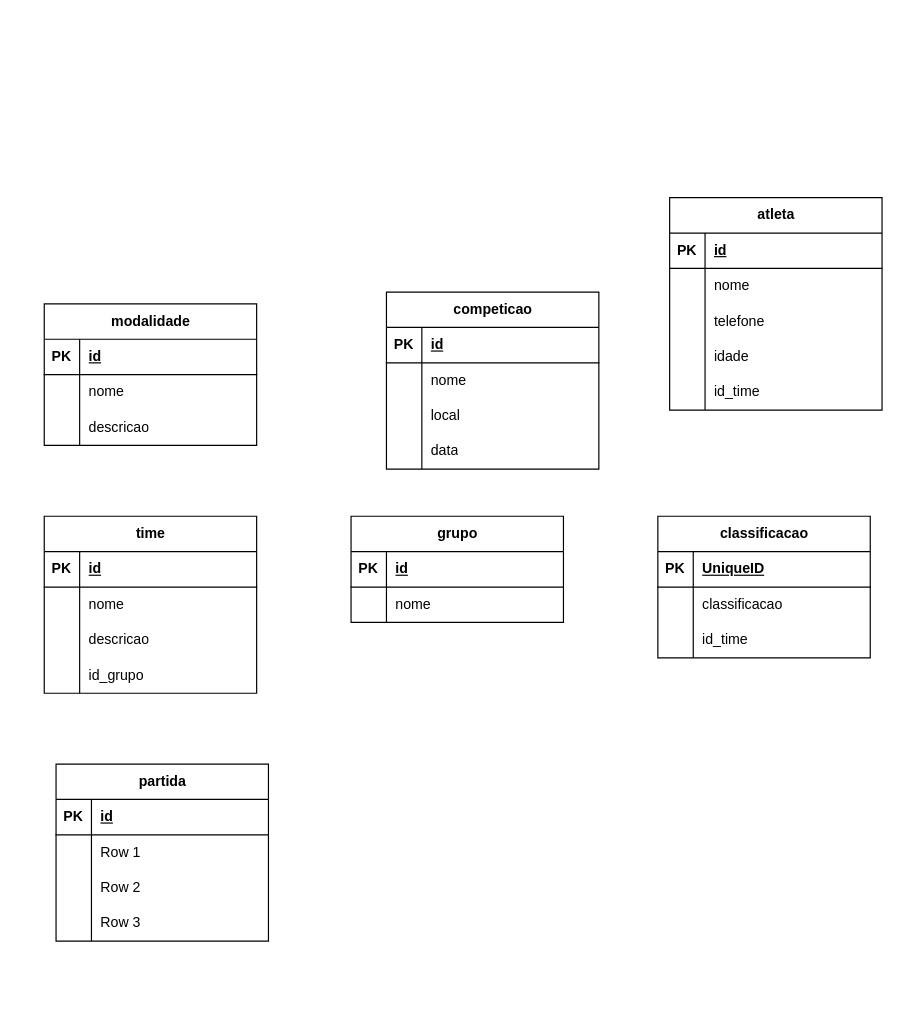
Earlier version of the draw.io diagram Atividades/CompeteSync/competesync.drawio (samueldelorenzi/BancoDeDadosII). Source tidied: cells renumbered, new cells numbered last; positions are measured from the earlier drawing's top-left corner, leaving out a move shared by most shapes. Both pictures are drawn from the tidied source at 118%, with x=0, y=0 at pixel (44, 197).
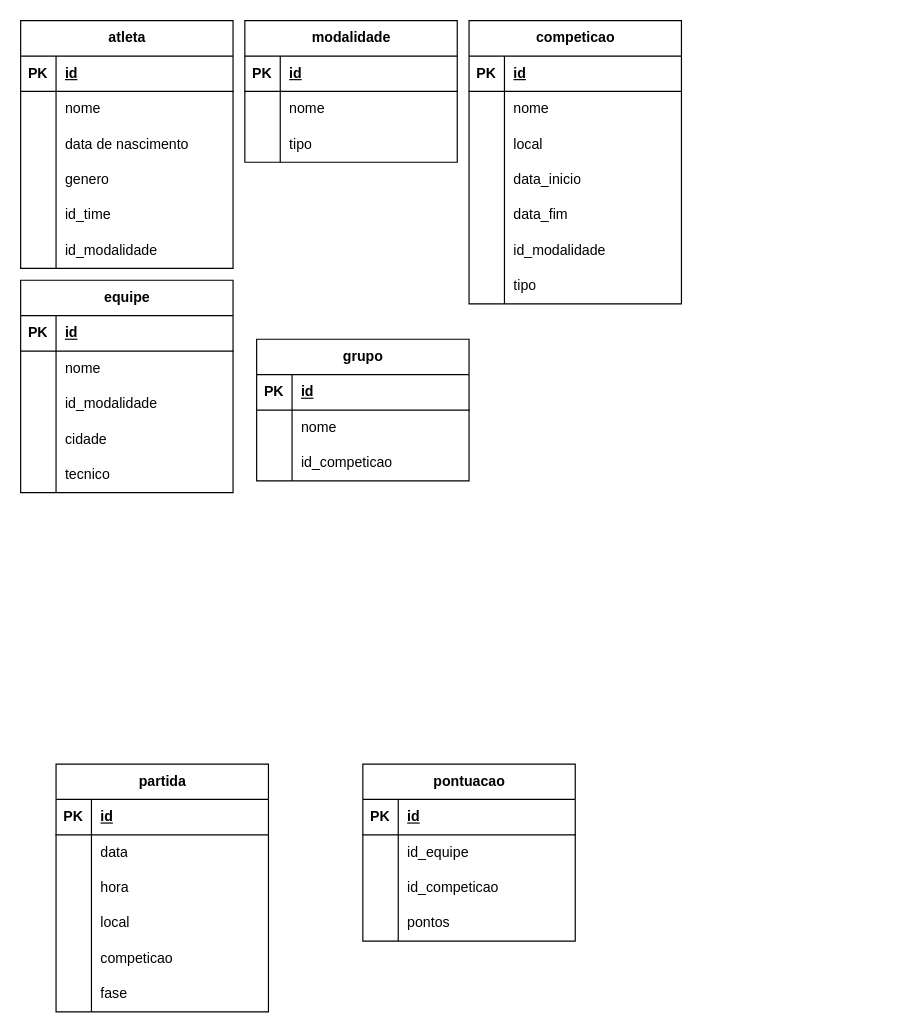
The same page after the edit.

The change refers to these unchanged cells:
```xml
<mxCell id="12" style="shape=tableRow;horizontal=0;startSize=0;swimlaneHead=0;swimlaneBody=0;fillColor=none;top=0;left=0;right=0;bottom=0;" parent="2" vertex="1">
  <mxGeometry y="120" width="180" height="30" as="geometry" />
</mxCell>
<mxCell id="22" style="shape=tableRow;horizontal=0;startSize=0;swimlaneHead=0;swimlaneBody=0;fillColor=none;top=0;left=0;right=0;bottom=0;" parent="15" vertex="1">
  <mxGeometry y="90" width="180" height="30" as="geometry" />
</mxCell>
<mxCell id="32" style="shape=tableRow;horizontal=0;startSize=0;swimlaneHead=0;swimlaneBody=0;fillColor=none;top=0;left=0;right=0;bottom=0;" parent="25" vertex="1">
  <mxGeometry y="90" width="180" height="30" as="geometry" />
</mxCell>
<mxCell id="35" style="shape=tableRow;horizontal=0;startSize=0;swimlaneHead=0;swimlaneBody=0;fillColor=none;top=0;left=0;right=0;bottom=0;" parent="25" vertex="1">
  <mxGeometry y="120" width="180" height="30" as="geometry" />
</mxCell>
<mxCell id="45" style="shape=tableRow;horizontal=0;startSize=0;swimlaneHead=0;swimlaneBody=0;fillColor=none;top=0;left=0;right=0;bottom=0;" parent="38" vertex="1">
  <mxGeometry y="90" width="180" height="30" as="geometry" />
</mxCell>
<mxCell id="48" style="shape=tableRow;horizontal=0;startSize=0;swimlaneHead=0;swimlaneBody=0;fillColor=none;top=0;left=0;right=0;bottom=0;" parent="38" vertex="1">
  <mxGeometry y="120" width="180" height="30" as="geometry" />
</mxCell>
<mxCell id="62" style="shape=tableRow;horizontal=0;startSize=0;swimlaneHead=0;swimlaneBody=0;fillColor=none;top=0;left=0;right=0;bottom=1;" parent="61" vertex="1">
  <mxGeometry y="30" width="180" height="30" as="geometry" />
</mxCell>
<mxCell id="65" style="shape=tableRow;horizontal=0;startSize=0;swimlaneHead=0;swimlaneBody=0;fillColor=none;top=0;left=0;right=0;bottom=0;" parent="61" vertex="1">
  <mxGeometry y="60" width="180" height="30" as="geometry" />
</mxCell>
<mxCell id="68" style="shape=tableRow;horizontal=0;startSize=0;swimlaneHead=0;swimlaneBody=0;fillColor=none;top=0;left=0;right=0;bottom=0;" parent="61" vertex="1">
  <mxGeometry y="90" width="180" height="30" as="geometry" />
</mxCell>
<mxCell id="75" style="shape=tableRow;horizontal=0;startSize=0;swimlaneHead=0;swimlaneBody=0;fillColor=none;top=0;left=0;right=0;bottom=0;" parent="71" vertex="1">
  <mxGeometry y="60" width="180" height="30" as="geometry" />
</mxCell>
<mxCell id="78" style="shape=tableRow;horizontal=0;startSize=0;swimlaneHead=0;swimlaneBody=0;fillColor=none;top=0;left=0;right=0;bottom=0;" parent="71" vertex="1">
  <mxGeometry y="90" width="180" height="30" as="geometry" />
</mxCell>
<mxCell id="81" style="shape=tableRow;horizontal=0;startSize=0;swimlaneHead=0;swimlaneBody=0;fillColor=none;top=0;left=0;right=0;bottom=0;" parent="71" vertex="1">
  <mxGeometry y="120" width="180" height="30" as="geometry" />
</mxCell>
```

What changed in the source:
```diff
@@
     <mxCell id="2" value="competicao" style="shape=table;startSize=30;childLayout=tableLayout;rowLines=0;fontStyle=1;align=center;html=1;" parent="1" vertex="1">
-      <mxGeometry x="290" y="80" width="180" height="150" as="geometry" />
+      <mxGeometry x="360" y="-150" width="180" height="240" as="geometry" />
     </mxCell>
@@
-    <mxCell id="14" value="data" style="shape=partialRectangle;fillColor=none;top=0;left=0;bottom=0;right=0;align=left;spacingLeft=6;overflow=hidden;whiteSpace=wrap;html=1;" parent="12" vertex="1">
+    <mxCell id="14" value="data_inicio" style="shape=partialRectangle;fillColor=none;top=0;left=0;bottom=0;right=0;align=left;spacingLeft=6;overflow=hidden;whiteSpace=wrap;html=1;" parent="12" vertex="1">
       <mxGeometry x="30" width="150" height="30" as="geometry" />
     </mxCell>
+    <mxCell id="84" style="shape=tableRow;horizontal=0;startSize=0;swimlaneHead=0;swimlaneBody=0;fillColor=none;top=0;left=0;right=0;bottom=0;" parent="2" vertex="1">
+      <mxGeometry y="150" width="180" height="30" as="geometry" />
+    </mxCell>
+    <mxCell id="85" style="shape=partialRectangle;fillColor=none;top=0;left=0;bottom=0;right=0;overflow=hidden;whiteSpace=wrap;html=1;" parent="84" vertex="1">
+      <mxGeometry width="30" height="30" as="geometry" />
+    </mxCell>
+    <mxCell id="86" value="data_fim" style="shape=partialRectangle;fillColor=none;top=0;left=0;bottom=0;right=0;align=left;spacingLeft=6;overflow=hidden;whiteSpace=wrap;html=1;" parent="84" vertex="1">
+      <mxGeometry x="30" width="150" height="30" as="geometry" />
+    </mxCell>
+    <mxCell id="87" style="shape=tableRow;horizontal=0;startSize=0;swimlaneHead=0;swimlaneBody=0;fillColor=none;top=0;left=0;right=0;bottom=0;" parent="2" vertex="1">
+      <mxGeometry y="180" width="180" height="30" as="geometry" />
+    </mxCell>
+    <mxCell id="88" style="shape=partialRectangle;fillColor=none;top=0;left=0;bottom=0;right=0;overflow=hidden;whiteSpace=wrap;html=1;" parent="87" vertex="1">
+      <mxGeometry width="30" height="30" as="geometry" />
+    </mxCell>
+    <mxCell id="89" value="id_modalidade" style="shape=partialRectangle;fillColor=none;top=0;left=0;bottom=0;right=0;align=left;spacingLeft=6;overflow=hidden;whiteSpace=wrap;html=1;" parent="87" vertex="1">
+      <mxGeometry x="30" width="150" height="30" as="geometry" />
+    </mxCell>
+    <mxCell id="90" style="shape=tableRow;horizontal=0;startSize=0;swimlaneHead=0;swimlaneBody=0;fillColor=none;top=0;left=0;right=0;bottom=0;" parent="2" vertex="1">
+      <mxGeometry y="210" width="180" height="30" as="geometry" />
+    </mxCell>
+    <mxCell id="91" style="shape=partialRectangle;fillColor=none;top=0;left=0;bottom=0;right=0;overflow=hidden;whiteSpace=wrap;html=1;" parent="90" vertex="1">
+      <mxGeometry width="30" height="30" as="geometry" />
+    </mxCell>
+    <mxCell id="92" value="tipo" style="shape=partialRectangle;fillColor=none;top=0;left=0;bottom=0;right=0;align=left;spacingLeft=6;overflow=hidden;whiteSpace=wrap;html=1;" parent="90" vertex="1">
+      <mxGeometry x="30" width="150" height="30" as="geometry" />
+    </mxCell>
     <mxCell id="15" value="modalidade" style="shape=table;startSize=30;childLayout=tableLayout;rowLines=0;fontStyle=1;align=center;html=1;" parent="1" vertex="1">
-      <mxGeometry y="90" width="180" height="120" as="geometry" />
+      <mxGeometry x="170" y="-150" width="180" height="120" as="geometry" />
     </mxCell>
@@
-    <mxCell id="24" value="descricao" style="shape=partialRectangle;fillColor=none;top=0;left=0;bottom=0;right=0;align=left;spacingLeft=6;overflow=hidden;whiteSpace=wrap;html=1;" parent="22" vertex="1">
+    <mxCell id="24" value="tipo" style="shape=partialRectangle;fillColor=none;top=0;left=0;bottom=0;right=0;align=left;spacingLeft=6;overflow=hidden;whiteSpace=wrap;html=1;" parent="22" vertex="1">
       <mxGeometry x="30" width="150" height="30" as="geometry" />
     </mxCell>
-    <mxCell id="25" value="time" style="shape=table;startSize=30;childLayout=tableLayout;rowLines=0;fontStyle=1;align=center;html=1;" parent="1" vertex="1">
-      <mxGeometry y="270" width="180" height="150" as="geometry" />
+    <mxCell id="25" value="equipe" style="shape=table;startSize=30;childLayout=tableLayout;rowLines=0;fontStyle=1;align=center;html=1;" parent="1" vertex="1">
+      <mxGeometry x="-20" y="70" width="180" height="180" as="geometry" />
     </mxCell>
@@
-    <mxCell id="34" value="descricao" style="shape=partialRectangle;fillColor=none;top=0;left=0;bottom=0;right=0;align=left;spacingLeft=6;overflow=hidden;whiteSpace=wrap;html=1;" parent="32" vertex="1">
+    <mxCell id="34" value="id_modalidade" style="shape=partialRectangle;fillColor=none;top=0;left=0;bottom=0;right=0;align=left;spacingLeft=6;overflow=hidden;whiteSpace=wrap;html=1;" parent="32" vertex="1">
       <mxGeometry x="30" width="150" height="30" as="geometry" />
     </mxCell>
@@
-    <mxCell id="37" value="id_grupo" style="shape=partialRectangle;fillColor=none;top=0;left=0;bottom=0;right=0;align=left;spacingLeft=6;overflow=hidden;whiteSpace=wrap;html=1;" parent="35" vertex="1">
+    <mxCell id="37" value="cidade" style="shape=partialRectangle;fillColor=none;top=0;left=0;bottom=0;right=0;align=left;spacingLeft=6;overflow=hidden;whiteSpace=wrap;html=1;" parent="35" vertex="1">
       <mxGeometry x="30" width="150" height="30" as="geometry" />
     </mxCell>
+    <mxCell id="93" style="shape=tableRow;horizontal=0;startSize=0;swimlaneHead=0;swimlaneBody=0;fillColor=none;top=0;left=0;right=0;bottom=0;" parent="25" vertex="1">
+      <mxGeometry y="150" width="180" height="30" as="geometry" />
+    </mxCell>
+    <mxCell id="94" style="shape=partialRectangle;fillColor=none;top=0;left=0;bottom=0;right=0;overflow=hidden;whiteSpace=wrap;html=1;" parent="93" vertex="1">
+      <mxGeometry width="30" height="30" as="geometry" />
+    </mxCell>
+    <mxCell id="95" value="tecnico" style="shape=partialRectangle;fillColor=none;top=0;left=0;bottom=0;right=0;align=left;spacingLeft=6;overflow=hidden;whiteSpace=wrap;html=1;" parent="93" vertex="1">
+      <mxGeometry x="30" width="150" height="30" as="geometry" />
+    </mxCell>
     <mxCell id="38" value="atleta" style="shape=table;startSize=30;childLayout=tableLayout;rowLines=0;fontStyle=1;align=center;html=1;" parent="1" vertex="1">
-      <mxGeometry x="530" width="180" height="180" as="geometry" />
+      <mxGeometry x="-20" y="-150" width="180" height="210" as="geometry" />
     </mxCell>
@@
-    <mxCell id="47" value="telefone" style="shape=partialRectangle;fillColor=none;top=0;left=0;bottom=0;right=0;align=left;spacingLeft=6;overflow=hidden;whiteSpace=wrap;html=1;" parent="45" vertex="1">
+    <mxCell id="47" value="data de nascimento" style="shape=partialRectangle;fillColor=none;top=0;left=0;bottom=0;right=0;align=left;spacingLeft=6;overflow=hidden;whiteSpace=wrap;html=1;" parent="45" vertex="1">
       <mxGeometry x="30" width="150" height="30" as="geometry" />
     </mxCell>
@@
-    <mxCell id="50" value="idade" style="shape=partialRectangle;fillColor=none;top=0;left=0;bottom=0;right=0;align=left;spacingLeft=6;overflow=hidden;whiteSpace=wrap;html=1;" parent="48" vertex="1">
+    <mxCell id="50" value="genero" style="shape=partialRectangle;fillColor=none;top=0;left=0;bottom=0;right=0;align=left;spacingLeft=6;overflow=hidden;whiteSpace=wrap;html=1;" parent="48" vertex="1">
       <mxGeometry x="30" width="150" height="30" as="geometry" />
     </mxCell>
@@
+    <mxCell id="96" style="shape=tableRow;horizontal=0;startSize=0;swimlaneHead=0;swimlaneBody=0;fillColor=none;top=0;left=0;right=0;bottom=0;" parent="38" vertex="1">
+      <mxGeometry y="180" width="180" height="30" as="geometry" />
+    </mxCell>
+    <mxCell id="97" style="shape=partialRectangle;fillColor=none;top=0;left=0;bottom=0;right=0;overflow=hidden;whiteSpace=wrap;html=1;" parent="96" vertex="1">
+      <mxGeometry width="30" height="30" as="geometry" />
+    </mxCell>
+    <mxCell id="98" value="id_modalidade" style="shape=partialRectangle;fillColor=none;top=0;left=0;bottom=0;right=0;align=left;spacingLeft=6;overflow=hidden;whiteSpace=wrap;html=1;" parent="96" vertex="1">
+      <mxGeometry x="30" width="150" height="30" as="geometry" />
+    </mxCell>
     <mxCell id="54" value="grupo" style="shape=table;startSize=30;childLayout=tableLayout;rowLines=0;fontStyle=1;align=center;html=1;" parent="1" vertex="1">
-      <mxGeometry x="260" y="270" width="180" height="90" as="geometry" />
+      <mxGeometry x="180" y="120" width="180" height="120" as="geometry" />
     </mxCell>
@@
+    <mxCell id="99" style="shape=tableRow;horizontal=0;startSize=0;swimlaneHead=0;swimlaneBody=0;fillColor=none;top=0;left=0;right=0;bottom=0;" parent="54" vertex="1">
+      <mxGeometry y="90" width="180" height="30" as="geometry" />
+    </mxCell>
+    <mxCell id="100" style="shape=partialRectangle;fillColor=none;top=0;left=0;bottom=0;right=0;overflow=hidden;whiteSpace=wrap;html=1;" parent="99" vertex="1">
+      <mxGeometry width="30" height="30" as="geometry" />
+    </mxCell>
+    <mxCell id="101" value="id_competicao" style="shape=partialRectangle;fillColor=none;top=0;left=0;bottom=0;right=0;align=left;spacingLeft=6;overflow=hidden;whiteSpace=wrap;html=1;" parent="99" vertex="1">
+      <mxGeometry x="30" width="150" height="30" as="geometry" />
+    </mxCell>
-    <mxCell id="61" value="classificacao" style="shape=table;startSize=30;childLayout=tableLayout;rowLines=0;fontStyle=1;align=center;html=1;" parent="1" vertex="1">
-      <mxGeometry x="520" y="270" width="180" height="120" as="geometry" />
+    <mxCell id="61" value="pontuacao" style="shape=table;startSize=30;childLayout=tableLayout;rowLines=0;fontStyle=1;align=center;html=1;" parent="1" vertex="1">
+      <mxGeometry x="270" y="480" width="180" height="150" as="geometry" />
     </mxCell>
@@
-    <mxCell id="64" value="UniqueID" style="shape=partialRectangle;fillColor=none;top=0;left=0;bottom=0;right=0;align=left;spacingLeft=6;fontStyle=5;overflow=hidden;whiteSpace=wrap;html=1;" parent="62" vertex="1">
+    <mxCell id="64" value="id" style="shape=partialRectangle;fillColor=none;top=0;left=0;bottom=0;right=0;align=left;spacingLeft=6;fontStyle=5;overflow=hidden;whiteSpace=wrap;html=1;" parent="62" vertex="1">
       <mxGeometry x="30" width="150" height="30" as="geometry" />
     </mxCell>
@@
-    <mxCell id="67" value="classificacao" style="shape=partialRectangle;fillColor=none;top=0;left=0;bottom=0;right=0;align=left;spacingLeft=6;overflow=hidden;whiteSpace=wrap;html=1;" parent="65" vertex="1">
+    <mxCell id="67" value="id_equipe" style="shape=partialRectangle;fillColor=none;top=0;left=0;bottom=0;right=0;align=left;spacingLeft=6;overflow=hidden;whiteSpace=wrap;html=1;" parent="65" vertex="1">
       <mxGeometry x="30" width="150" height="30" as="geometry" />
     </mxCell>
@@
-    <mxCell id="70" value="id_time" style="shape=partialRectangle;fillColor=none;top=0;left=0;bottom=0;right=0;align=left;spacingLeft=6;overflow=hidden;whiteSpace=wrap;html=1;" parent="68" vertex="1">
+    <mxCell id="70" value="id_competicao" style="shape=partialRectangle;fillColor=none;top=0;left=0;bottom=0;right=0;align=left;spacingLeft=6;overflow=hidden;whiteSpace=wrap;html=1;" parent="68" vertex="1">
       <mxGeometry x="30" width="150" height="30" as="geometry" />
     </mxCell>
+    <mxCell id="102" style="shape=tableRow;horizontal=0;startSize=0;swimlaneHead=0;swimlaneBody=0;fillColor=none;top=0;left=0;right=0;bottom=0;" parent="61" vertex="1">
+      <mxGeometry y="120" width="180" height="30" as="geometry" />
+    </mxCell>
+    <mxCell id="103" style="shape=partialRectangle;fillColor=none;top=0;left=0;bottom=0;right=0;overflow=hidden;whiteSpace=wrap;html=1;" parent="102" vertex="1">
+      <mxGeometry width="30" height="30" as="geometry" />
+    </mxCell>
+    <mxCell id="104" value="pontos" style="shape=partialRectangle;fillColor=none;top=0;left=0;bottom=0;right=0;align=left;spacingLeft=6;overflow=hidden;whiteSpace=wrap;html=1;" parent="102" vertex="1">
+      <mxGeometry x="30" width="150" height="30" as="geometry" />
+    </mxCell>
     <mxCell id="71" value="partida" style="shape=table;startSize=30;childLayout=tableLayout;rowLines=0;fontStyle=1;align=center;html=1;" parent="1" vertex="1">
-      <mxGeometry x="10" y="480" width="180" height="150" as="geometry" />
+      <mxGeometry x="10" y="480" width="180" height="210" as="geometry" />
     </mxCell>
@@
-    <mxCell id="77" value="Row 1" style="shape=partialRectangle;fillColor=none;top=0;left=0;bottom=0;right=0;align=left;spacingLeft=6;overflow=hidden;whiteSpace=wrap;html=1;" parent="75" vertex="1">
+    <mxCell id="77" value="data" style="shape=partialRectangle;fillColor=none;top=0;left=0;bottom=0;right=0;align=left;spacingLeft=6;overflow=hidden;whiteSpace=wrap;html=1;" parent="75" vertex="1">
       <mxGeometry x="30" width="150" height="30" as="geometry" />
     </mxCell>
@@
-    <mxCell id="80" value="Row 2" style="shape=partialRectangle;fillColor=none;top=0;left=0;bottom=0;right=0;align=left;spacingLeft=6;overflow=hidden;whiteSpace=wrap;html=1;" parent="78" vertex="1">
+    <mxCell id="80" value="hora" style="shape=partialRectangle;fillColor=none;top=0;left=0;bottom=0;right=0;align=left;spacingLeft=6;overflow=hidden;whiteSpace=wrap;html=1;" parent="78" vertex="1">
       <mxGeometry x="30" width="150" height="30" as="geometry" />
     </mxCell>
@@
-    <mxCell id="83" value="Row 3" style="shape=partialRectangle;fillColor=none;top=0;left=0;bottom=0;right=0;align=left;spacingLeft=6;overflow=hidden;whiteSpace=wrap;html=1;" parent="81" vertex="1">
+    <mxCell id="83" value="local" style="shape=partialRectangle;fillColor=none;top=0;left=0;bottom=0;right=0;align=left;spacingLeft=6;overflow=hidden;whiteSpace=wrap;html=1;" parent="81" vertex="1">
       <mxGeometry x="30" width="150" height="30" as="geometry" />
     </mxCell>
+    <mxCell id="105" style="shape=tableRow;horizontal=0;startSize=0;swimlaneHead=0;swimlaneBody=0;fillColor=none;top=0;left=0;right=0;bottom=0;" parent="71" vertex="1">
+      <mxGeometry y="150" width="180" height="30" as="geometry" />
+    </mxCell>
+    <mxCell id="106" style="shape=partialRectangle;fillColor=none;top=0;left=0;bottom=0;right=0;overflow=hidden;whiteSpace=wrap;html=1;" parent="105" vertex="1">
+      <mxGeometry width="30" height="30" as="geometry" />
+    </mxCell>
+    <mxCell id="107" value="competicao" style="shape=partialRectangle;fillColor=none;top=0;left=0;bottom=0;right=0;align=left;spacingLeft=6;overflow=hidden;whiteSpace=wrap;html=1;" parent="105" vertex="1">
+      <mxGeometry x="30" width="150" height="30" as="geometry" />
+    </mxCell>
+    <mxCell id="108" style="shape=tableRow;horizontal=0;startSize=0;swimlaneHead=0;swimlaneBody=0;fillColor=none;top=0;left=0;right=0;bottom=0;" parent="71" vertex="1">
+      <mxGeometry y="180" width="180" height="30" as="geometry" />
+    </mxCell>
+    <mxCell id="109" style="shape=partialRectangle;fillColor=none;top=0;left=0;bottom=0;right=0;overflow=hidden;whiteSpace=wrap;html=1;" parent="108" vertex="1">
+      <mxGeometry width="30" height="30" as="geometry" />
+    </mxCell>
+    <mxCell id="110" value="fase" style="shape=partialRectangle;fillColor=none;top=0;left=0;bottom=0;right=0;align=left;spacingLeft=6;overflow=hidden;whiteSpace=wrap;html=1;" parent="108" vertex="1">
+      <mxGeometry x="30" width="150" height="30" as="geometry" />
+    </mxCell>
```
